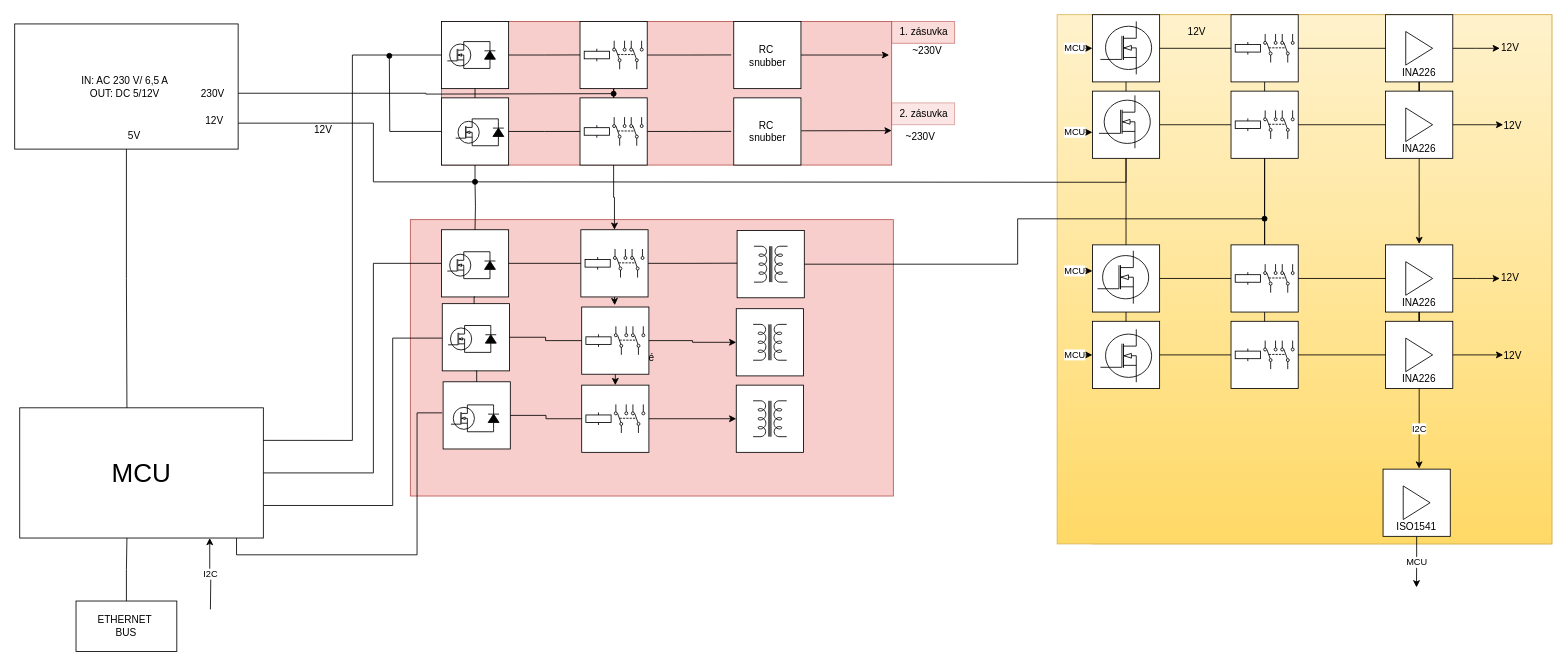
Before: blokove_schema.drawio in AdminTextilka/Bakalarka, a draw.io diagram. Source tidied: cells renumbered, new cells numbered last; positions are measured from the earlier drawing's top-left corner, leaving out a move shared by most shapes. Both pictures are drawn from the tidied source at 84%, with x=0, y=0 at pixel (14, 14).
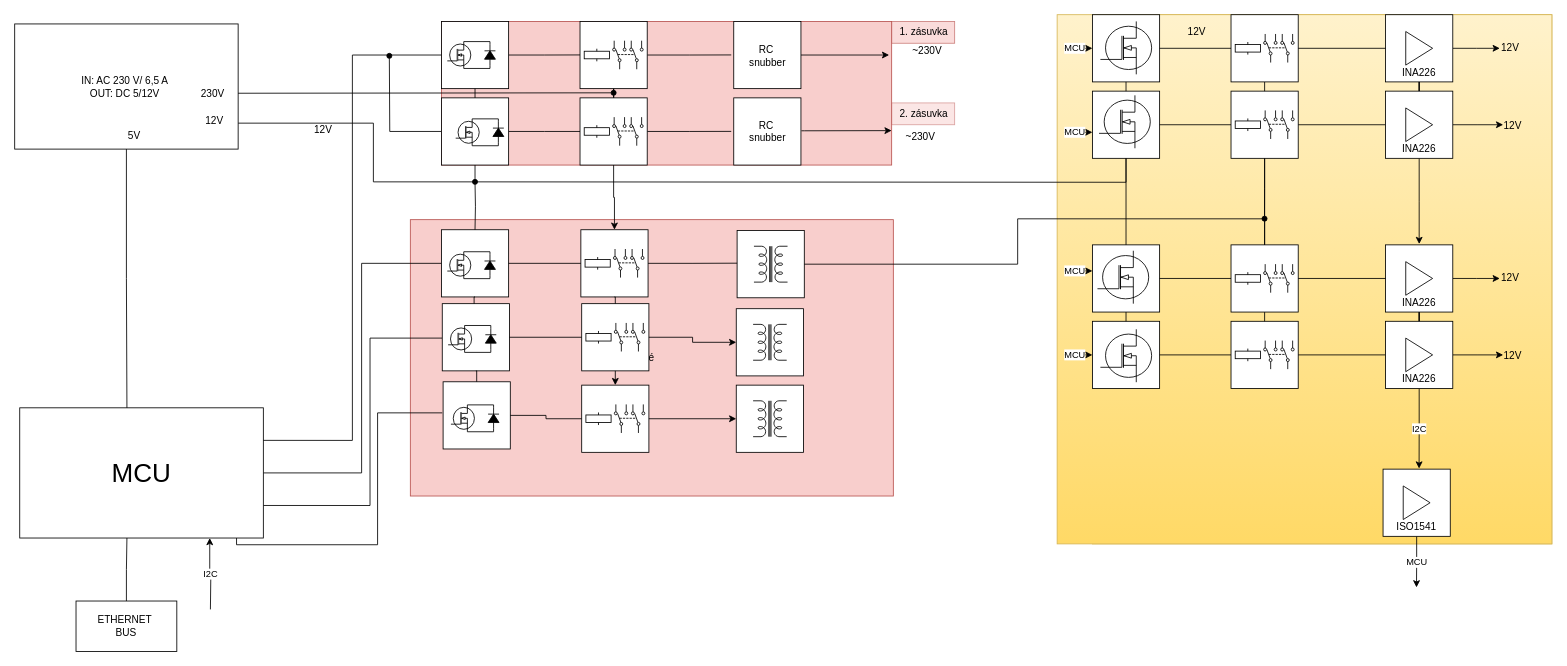
After the change.

Unchanged cells that the change refers to:
```xml
<mxCell id="13" value="&lt;font style=&quot;font-size: 31px;&quot;&gt;MCU&lt;/font&gt;" style="rounded=0;whiteSpace=wrap;html=1;points=[[0,0,0,0,0],[0,0.25,0,0,0],[0,0.5,0,0,0],[0,0.75,0,0,0],[0,1,0,0,0],[0.11,0,0,0,0],[0.11,1,0,0,0],[0.22,0,0,0,0],[0.22,1,0,0,0],[0.33,0,0,0,0],[0.33,1,0,0,0],[0.44,0,0,0,0],[0.44,1,0,0,0],[0.56,0,0,0,0],[0.56,1,0,0,0],[0.67,0,0,0,0],[0.67,1,0,0,0],[0.78,0,0,0,0],[0.78,1,0,0,0],[0.89,0,0,0,0],[0.89,1,0,0,0],[1,0,0,0,0],[1,0.25,0,0,0],[1,0.5,0,0,0],[1,0.75,0,0,0],[1,1,0,0,0]];" parent="1" vertex="1">
  <mxGeometry x="6" y="468" width="290" height="155" as="geometry" />
</mxCell>
<mxCell id="53" value="230V" style="text;html=1;align=center;verticalAlign=middle;whiteSpace=wrap;rounded=0;" parent="1" vertex="1">
  <mxGeometry x="206" y="78.5" width="60" height="30" as="geometry" />
</mxCell>
<mxCell id="125" style="whiteSpace=wrap;html=1;" parent="124" vertex="1">
  <mxGeometry width="80" height="80" as="geometry" />
</mxCell>
<mxCell id="140" style="group;" parent="1" vertex="1">
  <mxGeometry x="674" y="256" width="80" height="80" as="geometry" />
</mxCell>
<mxCell id="143" style="whiteSpace=wrap;html=1;" parent="140" vertex="1">
  <mxGeometry width="80" height="80" as="geometry" />
</mxCell>
<mxCell id="147" style="whiteSpace=wrap;html=1;" parent="146" vertex="1">
  <mxGeometry width="80" height="80" as="geometry" />
</mxCell>
```

Change to the diagram source:
```diff
@@
     <mxCell id="9" style="edgeStyle=orthogonalEdgeStyle;rounded=0;jettySize=auto;html=1;exitX=1;exitY=0.5;exitDx=0;exitDy=0;exitPerimeter=0;entryX=0;entryY=0.5;entryDx=0;entryDy=0;endArrow=none;endFill=0;" parent="1" edge="1" source="13" target="125">
       <mxGeometry relative="1" as="geometry">
         <Array as="points">
-          <mxPoint x="427" y="546" />
-          <mxPoint x="427" y="296" />
+          <mxPoint x="413" y="546" />
+          <mxPoint x="413" y="296" />
         </Array>
       </mxGeometry>
     </mxCell>
     <mxCell id="10" style="edgeStyle=orthogonalEdgeStyle;rounded=0;jettySize=auto;html=1;exitX=1;exitY=0.75;exitDx=0;exitDy=0;exitPerimeter=0;entryX=0;entryY=0.5;entryDx=0;entryDy=0;endArrow=none;endFill=0;" parent="1" edge="1" source="13">
       <mxGeometry relative="1" as="geometry">
         <mxPoint x="509" y="385" as="targetPoint" />
         <Array as="points">
-          <mxPoint x="450" y="584" />
-          <mxPoint x="450" y="385" />
+          <mxPoint x="423" y="584" />
+          <mxPoint x="423" y="385" />
         </Array>
       </mxGeometry>
     </mxCell>
     <mxCell id="11" style="edgeStyle=orthogonalEdgeStyle;rounded=0;jettySize=auto;html=1;exitX=0.89;exitY=1;exitDx=0;exitDy=0;exitPerimeter=0;entryX=0;entryY=0.5;entryDx=0;entryDy=0;endArrow=none;endFill=0;" parent="1" edge="1" source="13">
       <mxGeometry relative="1" as="geometry">
         <mxPoint x="509" y="474" as="targetPoint" />
         <Array as="points">
-          <mxPoint x="264" y="643" />
-          <mxPoint x="479" y="643" />
-          <mxPoint x="479" y="474" />
+          <mxPoint x="264" y="631" />
+          <mxPoint x="432" y="631" />
+          <mxPoint x="432" y="474" />
         </Array>
       </mxGeometry>
     </mxCell>
@@
-    <mxCell id="52" style="edgeStyle=orthogonalEdgeStyle;rounded=0;jettySize=auto;html=1;exitX=1;exitY=0.5;exitDx=0;exitDy=0;endArrow=oval;endFill=1;" parent="1" edge="1" source="53">
+    <mxCell id="52" style="edgeStyle=orthogonalEdgeStyle;rounded=0;jettySize=auto;html=1;exitX=1;exitY=0.5;exitDx=0;exitDy=0;endArrow=oval;endFill=1;endSize=6;strokeWidth=1;" parent="1" edge="1" source="53">
       <mxGeometry relative="1" as="geometry">
-        <mxPoint x="713" y="94" as="targetPoint" />
+        <mxPoint x="713" y="93" as="targetPoint" />
       </mxGeometry>
     </mxCell>
@@
-    <mxCell id="142" style="edgeStyle=orthogonalEdgeStyle;rounded=0;jettySize=auto;html=1;exitX=0.5;exitY=1;exitDx=0;exitDy=0;" parent="140" edge="1" source="143">
-      <mxGeometry relative="1" as="geometry">
-        <mxPoint x="40.3" y="89.8" as="targetPoint" />
-      </mxGeometry>
-    </mxCell>
@@
     <mxCell id="146" style="group;" parent="1" vertex="1">
-      <mxGeometry x="675" y="348" width="80" height="80" as="geometry" />
+      <mxGeometry x="675" y="344" width="80" height="80" as="geometry" />
     </mxCell>
@@
+    <mxCell id="142" style="edgeStyle=orthogonalEdgeStyle;rounded=0;jettySize=auto;html=1;exitX=0.5;exitY=1;exitDx=0;exitDy=0;entryX=0.5;entryY=0;entryDx=0;entryDy=0;endArrow=none;endFill=0;" parent="1" edge="1" source="143" target="147">
+      <mxGeometry relative="1" as="geometry" />
+    </mxCell>
```
